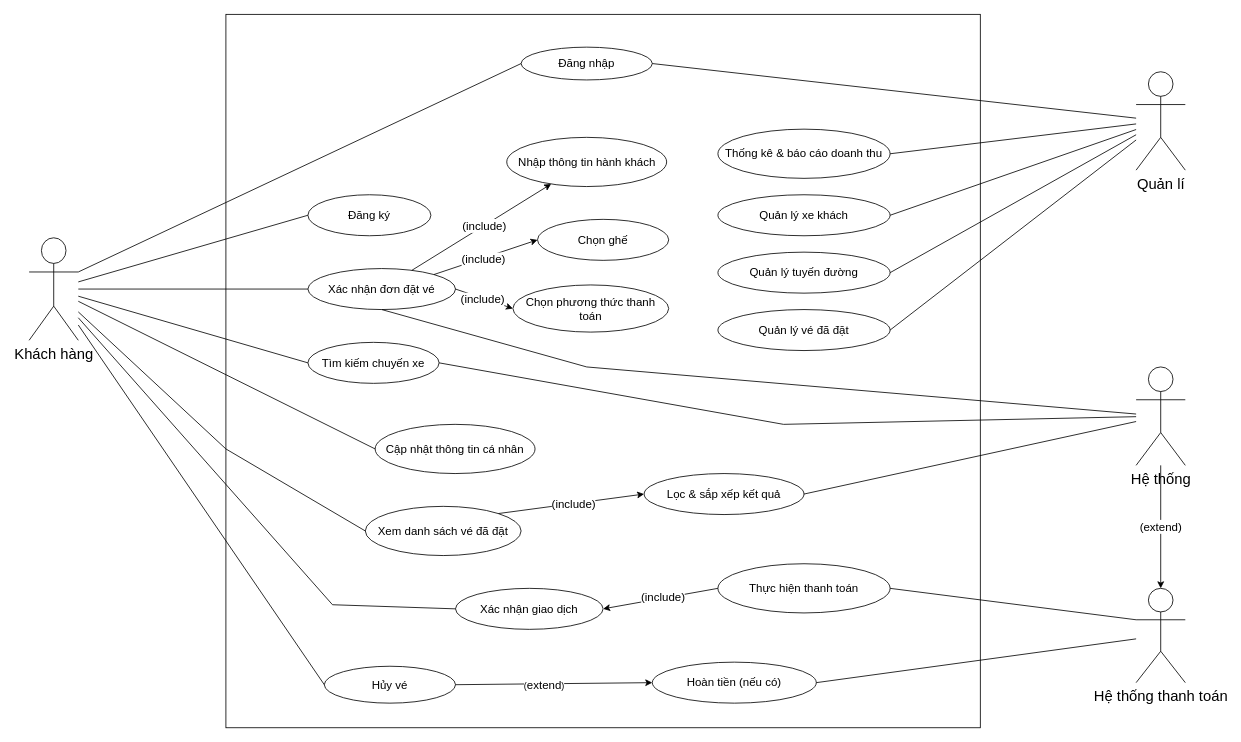
Before: Biểu đồ không có tiêu đề.drawio in anhquan1111/PBL3, a draw.io diagram. Source tidied: cells renumbered, new cells numbered last; positions are measured from the earlier drawing's top-left corner, leaving out a move shared by most shapes. Both pictures are drawn from the tidied source at 82%, with x=0, y=0 at pixel (29, 14).
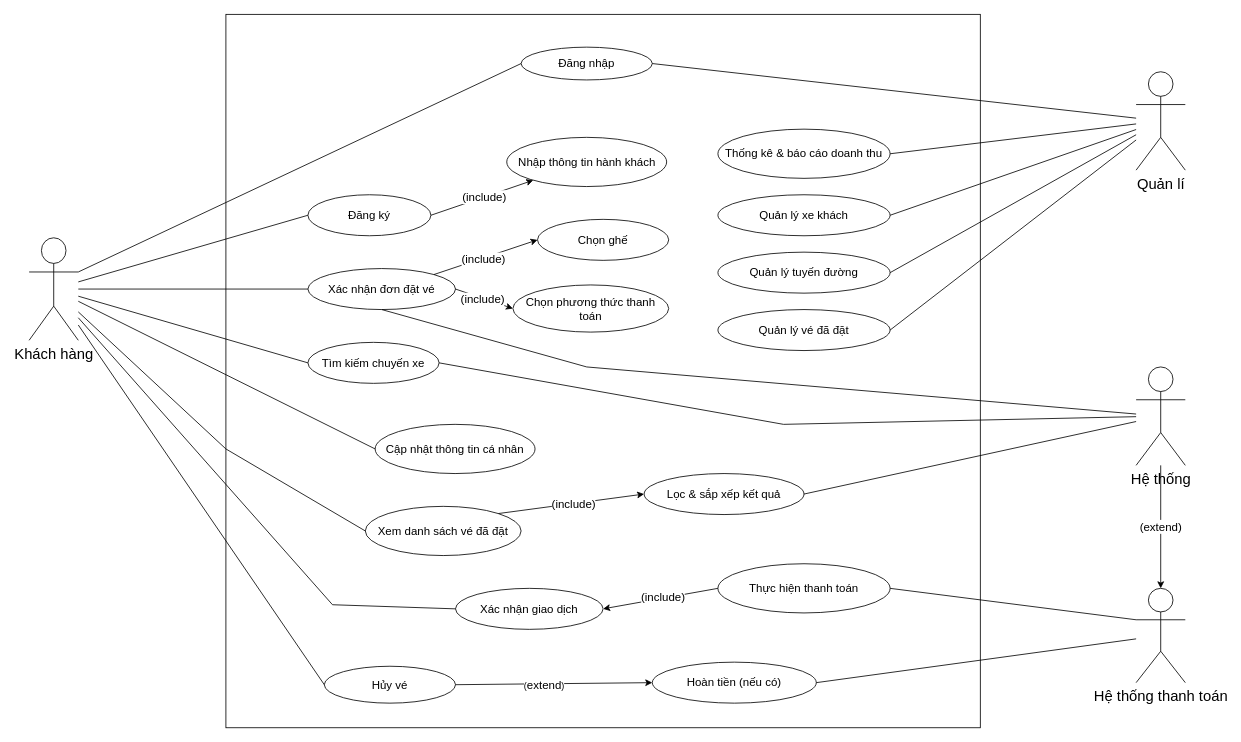
After the change.

The change refers to these unchanged cells:
```xml
<mxCell id="12" value="&lt;span style=&quot;font-size: 14px;&quot;&gt;Đăng ký&lt;/span&gt;" style="ellipse;whiteSpace=wrap;html=1;" parent="1" vertex="1">
  <mxGeometry x="340" y="220" width="150" height="50" as="geometry" />
</mxCell>
<mxCell id="17" value="&lt;span style=&quot;font-size: 14px;&quot;&gt;Xác nhận đơn đặt vé&lt;/span&gt;" style="ellipse;whiteSpace=wrap;html=1;" parent="1" vertex="1">
  <mxGeometry x="340" y="310" width="180" height="50" as="geometry" />
</mxCell>
<mxCell id="21" value="&lt;span style=&quot;font-size: 14px;&quot;&gt;Nhập thông tin hành khách&lt;/span&gt;" style="ellipse;whiteSpace=wrap;html=1;" parent="1" vertex="1">
  <mxGeometry x="582.5" y="150" width="195" height="60" as="geometry" />
</mxCell>
```

Change to the diagram source:
```diff
@@
-    <mxCell id="22" style="endArrow=classic;html=1;rounded=0;" parent="1" edge="1" source="17" target="21">
+    <mxCell id="22" style="endArrow=classic;html=1;rounded=0;exitX=1;exitY=0.5;exitDx=0;exitDy=0;" parent="1" edge="1" source="12" target="21">
       <mxGeometry relative="1" as="geometry" />
     </mxCell>
```
